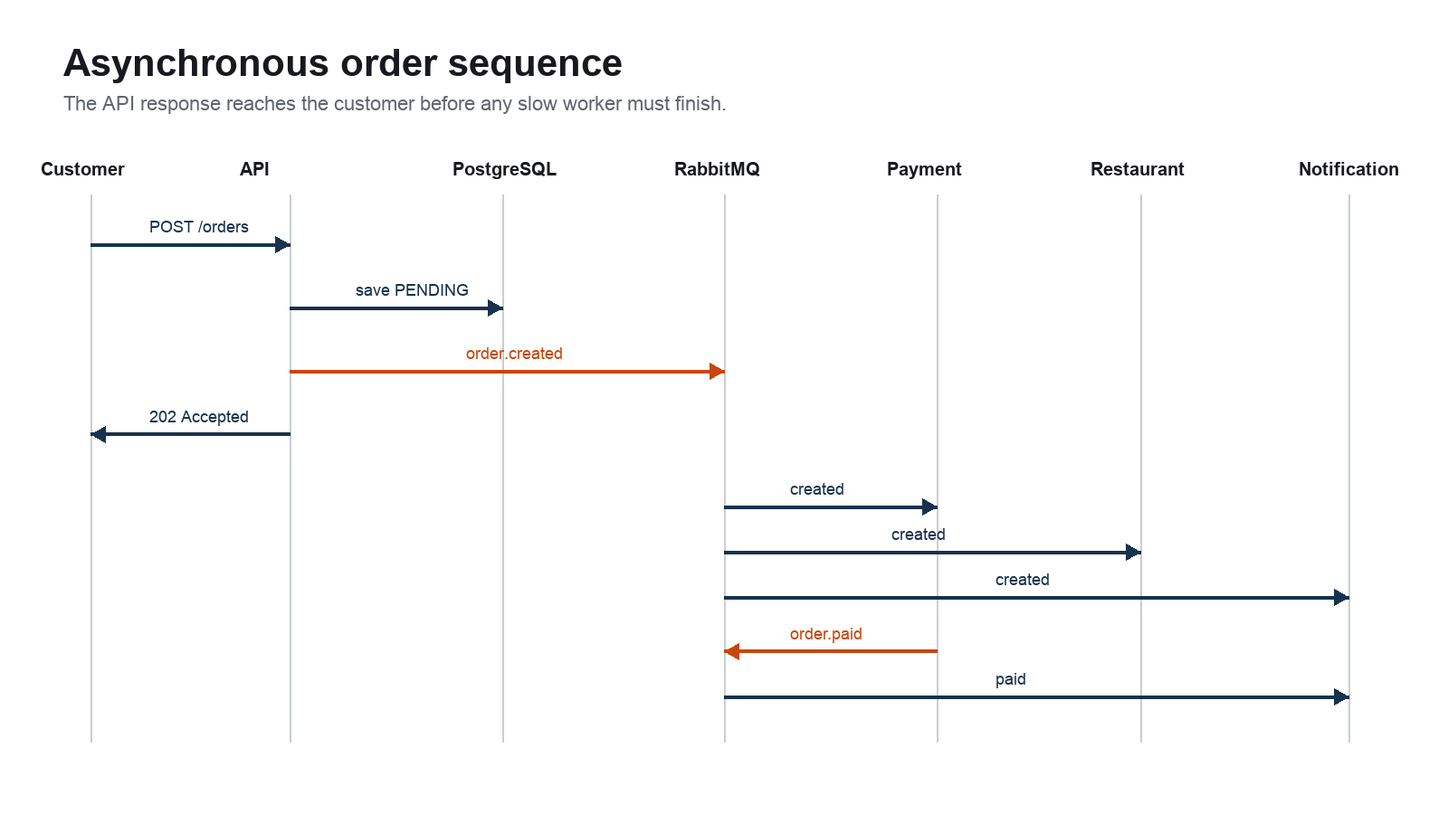
This is diagrams/sequence.png from NyanCodes/food-delivery-rabbitmq, a Mermaid export, as it was before one commit. Its source is kept beside it as diagrams/sequence.mmd. Source of this version:
```mermaid
sequenceDiagram
    actor Customer
    participant API
    participant DB as PostgreSQL
    participant MQ as RabbitMQ
    participant P as Payment
    participant R as Restaurant
    participant N as Notification
    Customer->>API: POST /orders
    API->>DB: Save PENDING
    API->>MQ: Publish order.created
    API-->>Customer: 202 Accepted
    par Independent consumers
        MQ->>P: order.created
        MQ->>R: order.created
        MQ->>N: order.created
    end
    P->>DB: PAYMENT_PROCESSING then PAID
    P->>MQ: Publish order.paid
    R->>DB: Restaurant notified and inventory reserved
    MQ->>N: order.paid
    N->>DB: Notification and COMPLETED
    Customer->>API: GET /orders/{id}
    API-->>Customer: Status and timeline
```
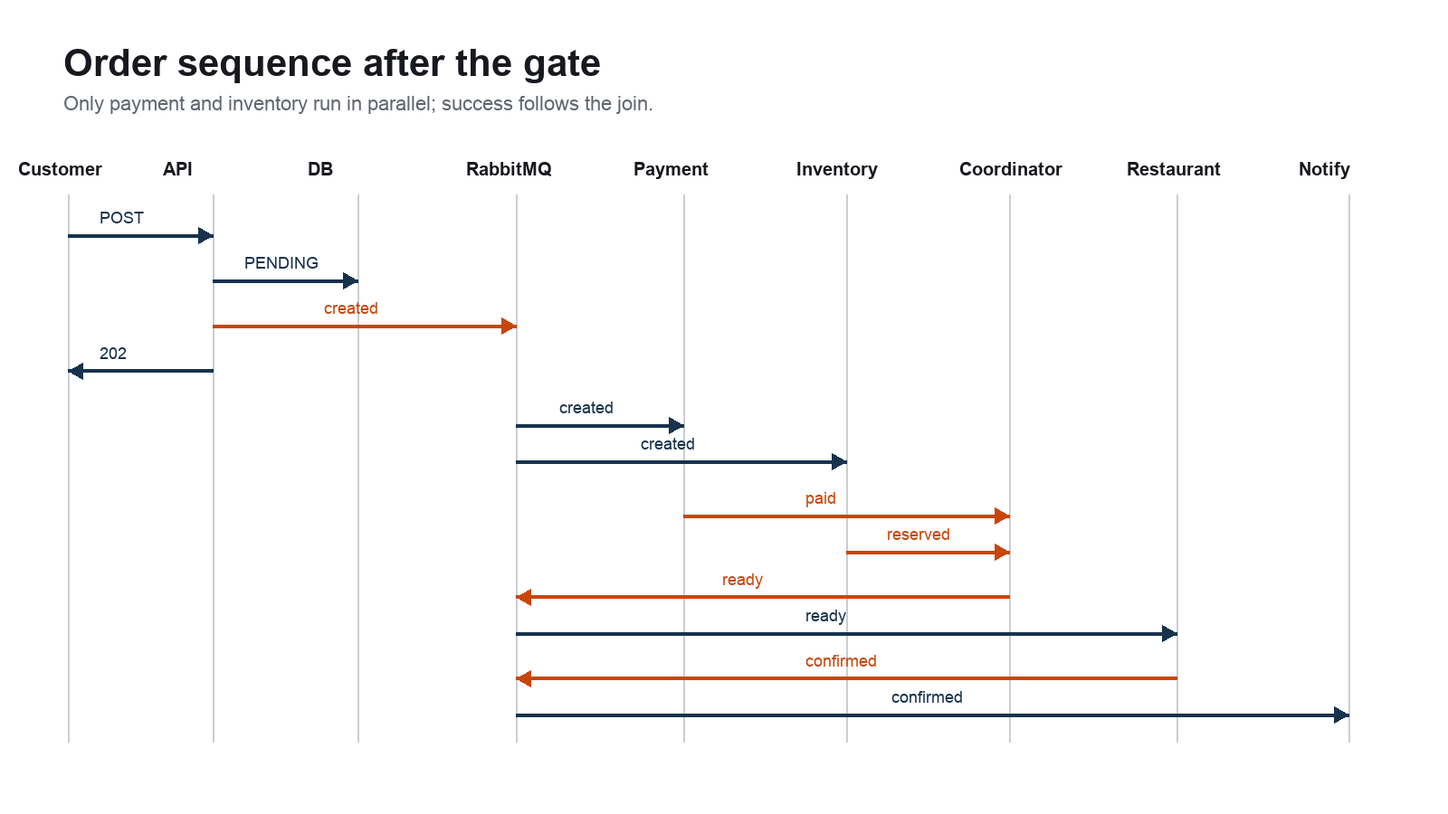
After the change.

Change to the diagram source:
```diff
@@ -4,21 +4,31 @@
     participant DB as PostgreSQL
     participant MQ as RabbitMQ
     participant P as Payment
+    participant I as Inventory
+    participant X as Coordinator
     participant R as Restaurant
     participant N as Notification
     Customer->>API: POST /orders
     API->>DB: Save PENDING
     API->>MQ: Publish order.created
     API-->>Customer: 202 Accepted
-    par Independent consumers
+    par Parallel prerequisites
         MQ->>P: order.created
-        MQ->>R: order.created
+        MQ->>I: order.created
         MQ->>N: order.created
     end
-    P->>DB: PAYMENT_PROCESSING then PAID
-    P->>MQ: Publish order.paid
-    R->>DB: Restaurant notified and inventory reserved
-    MQ->>N: order.paid
-    N->>DB: Notification and COMPLETED
+    N->>DB: Honest receipt notification
+    P->>DB: PAYMENT_SUCCEEDED
+    I->>DB: INVENTORY_RESERVED
+    P->>MQ: payment.succeeded
+    I->>MQ: inventory.reserved
+    MQ->>X: Both outcomes
+    X->>DB: READY
+    X->>MQ: order.ready
+    MQ->>R: order.ready
+    R->>DB: Restaurant notified and CONFIRMED
+    R->>MQ: order.confirmed
+    MQ->>N: order.confirmed
+    N->>DB: Success notification and COMPLETED
     Customer->>API: GET /orders/{id}
     API-->>Customer: Status and timeline
```
